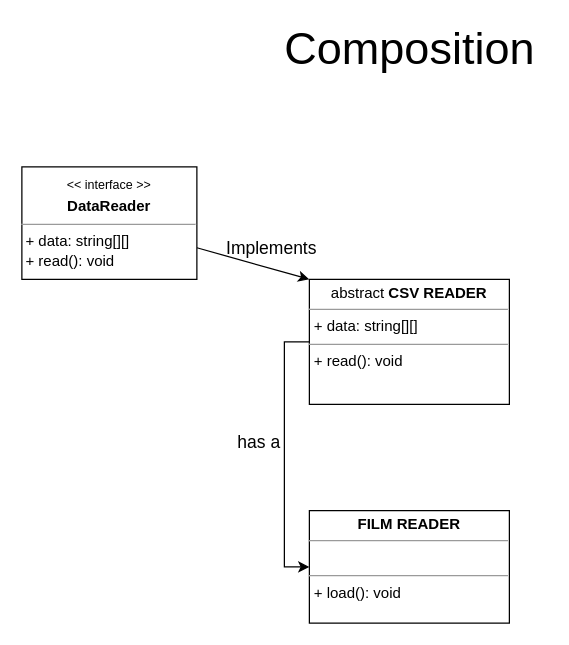
This is page "Page-8" (9 of 12) of sass-explained/Untitled Diagram.drawio from kingsley-ijomah/draw.io, a draw.io file, before an edit. Source tidied: cells renumbered, new cells numbered last; positions are measured from the earlier drawing's top-left corner, leaving out a move shared by most shapes. Both pictures are drawn from the tidied source at 125%, with x=0, y=0 at pixel (21, 29).
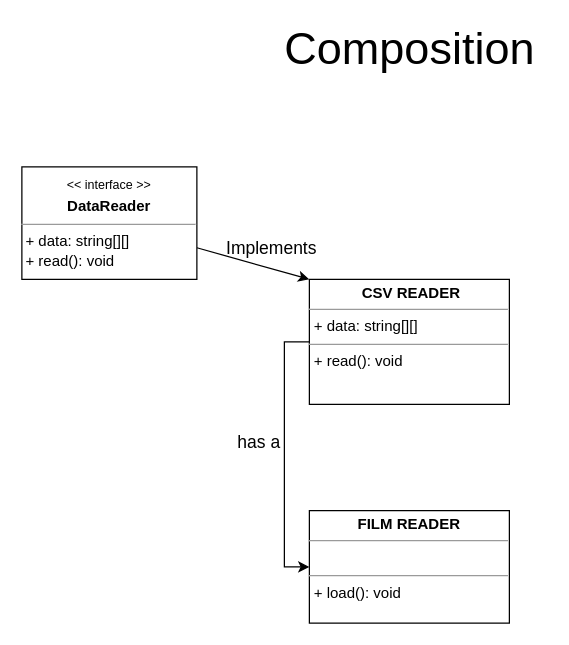
The same diagram, later.

The edit, as a diff of the source:
```diff
@@
 <mxGraphModel>
   <root>
     <mxCell id="0" />
     <mxCell id="1" parent="0" />
     <mxCell id="2" style="edgeStyle=none;rounded=0;jettySize=auto;html=1;entryX=0;entryY=0;entryDx=0;entryDy=0;fontSize=14;" parent="1" edge="1" source="3" target="7">
       <mxGeometry relative="1" as="geometry" />
     </mxCell>
     <mxCell id="3" value="&lt;p style=&quot;margin: 0px ; margin-top: 4px ; text-align: center&quot;&gt;&lt;sub&gt;&amp;lt;&amp;lt; interface &amp;gt;&amp;gt;&lt;/sub&gt;&lt;/p&gt;&lt;p style=&quot;margin: 0px ; margin-top: 4px ; text-align: center&quot;&gt;&lt;b&gt;DataReader&lt;/b&gt;&lt;/p&gt;&lt;hr size=&quot;1&quot;&gt;&lt;div style=&quot;height: 2px&quot;&gt;&amp;nbsp;+ data: string[][]&lt;/div&gt;&lt;div style=&quot;height: 2px&quot;&gt;&lt;br&gt;&lt;/div&gt;&lt;div style=&quot;height: 2px&quot;&gt;&lt;br&gt;&lt;/div&gt;&lt;div style=&quot;height: 2px&quot;&gt;&amp;nbsp;&lt;/div&gt;&lt;div style=&quot;height: 2px&quot;&gt;&amp;nbsp;&lt;/div&gt;&lt;div style=&quot;height: 2px&quot;&gt;&lt;br&gt;&lt;/div&gt;&lt;div style=&quot;height: 2px&quot;&gt;&amp;nbsp;&lt;/div&gt;&lt;div style=&quot;height: 2px&quot;&gt;&lt;br&gt;&lt;/div&gt;&lt;div style=&quot;height: 2px&quot;&gt;&amp;nbsp;+ read(): void&lt;/div&gt;&lt;div style=&quot;height: 2px&quot;&gt;&lt;br&gt;&lt;/div&gt;&lt;div style=&quot;height: 2px&quot;&gt;&lt;br&gt;&lt;/div&gt;&lt;div style=&quot;height: 2px&quot;&gt;&lt;br&gt;&lt;/div&gt;" style="verticalAlign=top;align=left;overflow=fill;fontSize=12;fontFamily=Helvetica;html=1;" parent="1" vertex="1">
       <mxGeometry y="110" width="140" height="90" as="geometry" />
     </mxCell>
     <mxCell id="4" value="&lt;p style=&quot;margin: 0px ; margin-top: 4px ; text-align: center&quot;&gt;&lt;b&gt;FILM READER&lt;/b&gt;&lt;/p&gt;&lt;hr size=&quot;1&quot;&gt;&lt;p style=&quot;margin: 0px ; margin-left: 4px&quot;&gt;&lt;br&gt;&lt;/p&gt;&lt;hr size=&quot;1&quot;&gt;&lt;p style=&quot;margin: 0px ; margin-left: 4px&quot;&gt;+ load(): void&lt;/p&gt;" style="verticalAlign=top;align=left;overflow=fill;fontSize=12;fontFamily=Helvetica;html=1;" parent="1" vertex="1">
       <mxGeometry x="230" y="385" width="160" height="90" as="geometry" />
     </mxCell>
     <mxCell id="5" value="Implements" style="text;html=1;strokeColor=none;fillColor=none;align=center;verticalAlign=middle;whiteSpace=wrap;rounded=0;fontSize=14;" parent="1" vertex="1">
       <mxGeometry x="170" y="160" width="60" height="30" as="geometry" />
     </mxCell>
     <mxCell id="6" style="edgeStyle=orthogonalEdgeStyle;rounded=0;jettySize=auto;html=1;exitX=0;exitY=0.5;exitDx=0;exitDy=0;entryX=0;entryY=0.5;entryDx=0;entryDy=0;fontSize=14;" parent="1" edge="1" source="7" target="4">
       <mxGeometry relative="1" as="geometry" />
     </mxCell>
-    <mxCell id="7" value="&lt;p style=&quot;margin: 0px ; margin-top: 4px ; text-align: center&quot;&gt;abstract&lt;b&gt; CSV READER&lt;/b&gt;&lt;/p&gt;&lt;hr size=&quot;1&quot;&gt;&lt;p style=&quot;margin: 0px ; margin-left: 4px&quot;&gt;+ data: string[][]&lt;/p&gt;&lt;hr size=&quot;1&quot;&gt;&lt;p style=&quot;margin: 0px ; margin-left: 4px&quot;&gt;+ read(): void&lt;/p&gt;" style="verticalAlign=top;align=left;overflow=fill;fontSize=12;fontFamily=Helvetica;html=1;" parent="1" vertex="1">
+    <mxCell id="7" value="&lt;p style=&quot;margin: 0px ; margin-top: 4px ; text-align: center&quot;&gt;&lt;b&gt;&amp;nbsp;CSV READER&lt;/b&gt;&lt;/p&gt;&lt;hr size=&quot;1&quot;&gt;&lt;p style=&quot;margin: 0px ; margin-left: 4px&quot;&gt;+ data: string[][]&lt;/p&gt;&lt;hr size=&quot;1&quot;&gt;&lt;p style=&quot;margin: 0px ; margin-left: 4px&quot;&gt;+ read(): void&lt;/p&gt;" style="verticalAlign=top;align=left;overflow=fill;fontSize=12;fontFamily=Helvetica;html=1;" parent="1" vertex="1">
       <mxGeometry x="230" y="200" width="160" height="100" as="geometry" />
     </mxCell>
     <mxCell id="8" value="has a" style="text;html=1;strokeColor=none;fillColor=none;align=center;verticalAlign=middle;whiteSpace=wrap;rounded=0;fontSize=14;" parent="1" vertex="1">
       <mxGeometry x="160" y="315" width="60" height="30" as="geometry" />
     </mxCell>
     <mxCell id="9" value="&lt;font style=&quot;font-size: 36px&quot;&gt;Composition&lt;/font&gt;" style="text;html=1;align=center;verticalAlign=middle;strokeColor=none;fillColor=none;" parent="1" vertex="1">
       <mxGeometry x="200" width="220" height="30" as="geometry" />
     </mxCell>
   </root>
 </mxGraphModel>
```
